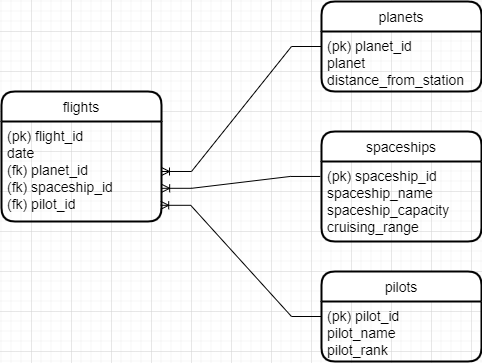
The draw.io diagram task1-uakhitov.png in Kolesa-Education/kolesa-upgrade-homework-4, before a commit. Source tidied: cells renumbered, new cells last; positions are measured from the earlier drawing's top-left corner, leaving out a move shared by most shapes. Source of this version:
```xml
<mxGraphModel>
  <root>
    <mxCell id="0" />
    <mxCell id="1" parent="0" />
    <mxCell id="2" value="flights" style="swimlane;horizontal=1;startSize=30;rounded=1;fontSize=14;fontStyle=0;strokeWidth=2;shadow=0;dashed=0;align=center;" parent="1" vertex="1">
      <mxGeometry y="90" width="160" height="130" as="geometry" />
    </mxCell>
    <mxCell id="3" value="(pk) flight_id&#10;date&#10;(fk) planet_id&#10;(fk) spaceship_id&#10;(fk) pilot_id" style="align=left;strokeColor=none;fillColor=none;spacingLeft=4;fontSize=14;verticalAlign=top;" parent="2" vertex="1">
      <mxGeometry y="30" width="160" height="100" as="geometry" />
    </mxCell>
    <mxCell id="4" value="spaceships" style="swimlane;horizontal=1;startSize=30;rounded=1;fontSize=14;fontStyle=0;strokeWidth=2;shadow=0;dashed=0;align=center;" parent="1" vertex="1">
      <mxGeometry x="320" y="130" width="160" height="110" as="geometry" />
    </mxCell>
    <mxCell id="5" value="(pk) spaceship_id&#10;spaceship_name&#10;spaceship_capacity&#10;cruising_range" style="align=left;strokeColor=none;fillColor=none;spacingLeft=4;fontSize=14;verticalAlign=top;" parent="4" vertex="1">
      <mxGeometry y="30" width="160" height="80" as="geometry" />
    </mxCell>
    <mxCell id="6" value="pilots" style="swimlane;horizontal=1;startSize=30;rounded=1;fontSize=14;fontStyle=0;strokeWidth=2;shadow=0;dashed=0;align=center;" parent="1" vertex="1">
      <mxGeometry x="320" y="270" width="160" height="90" as="geometry" />
    </mxCell>
    <mxCell id="7" value="(pk) pilot_id&#10;pilot_name&#10;pilot_rank" style="align=left;strokeColor=none;fillColor=none;spacingLeft=4;fontSize=14;verticalAlign=top;" parent="6" vertex="1">
      <mxGeometry y="30" width="160" height="60" as="geometry" />
    </mxCell>
    <mxCell id="8" value="planets" style="swimlane;horizontal=1;startSize=30;rounded=1;fontSize=14;fontStyle=0;strokeWidth=2;shadow=0;dashed=0;align=center;" parent="1" vertex="1">
      <mxGeometry x="320" width="160" height="90" as="geometry" />
    </mxCell>
    <mxCell id="9" value="(pk) planet_id&#10;planet&#10;distance_from_station" style="align=left;strokeColor=none;fillColor=none;spacingLeft=4;fontSize=14;verticalAlign=top;" parent="8" vertex="1">
      <mxGeometry y="30" width="160" height="60" as="geometry" />
    </mxCell>
    <mxCell id="10" style="edgeStyle=entityRelationEdgeStyle;fontSize=12;html=1;endArrow=ERoneToMany;rounded=0;exitX=0;exitY=0.25;exitDx=0;exitDy=0;entryX=1;entryY=0.5;entryDx=0;entryDy=0;" parent="1" edge="1" source="9" target="3">
      <mxGeometry relative="1" as="geometry" />
    </mxCell>
    <mxCell id="11" style="edgeStyle=entityRelationEdgeStyle;fontSize=12;html=1;endArrow=ERoneToMany;rounded=0;exitX=-0.008;exitY=0.187;exitDx=0;exitDy=0;entryX=1.001;entryY=0.668;entryDx=0;entryDy=0;entryPerimeter=0;exitPerimeter=0;" parent="1" edge="1" source="5" target="3">
      <mxGeometry relative="1" as="geometry" />
    </mxCell>
    <mxCell id="12" style="edgeStyle=entityRelationEdgeStyle;fontSize=12;html=1;endArrow=ERoneToMany;rounded=0;exitX=0;exitY=0.25;exitDx=0;exitDy=0;entryX=0.995;entryY=0.838;entryDx=0;entryDy=0;entryPerimeter=0;" parent="1" edge="1" source="7" target="3">
      <mxGeometry relative="1" as="geometry" />
    </mxCell>
  </root>
</mxGraphModel>
```
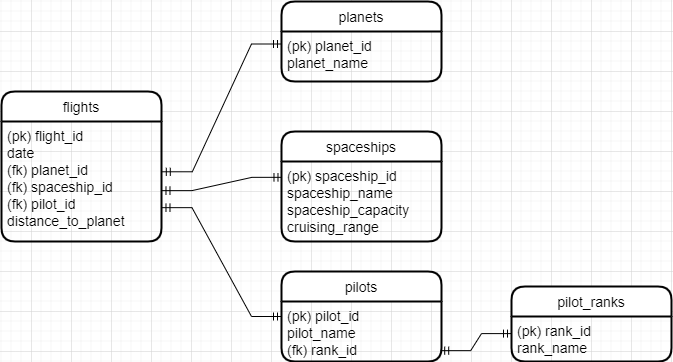
After the change.

Diff of the diagram source:
```diff
@@ -3,10 +3,10 @@
     <mxCell id="0" />
     <mxCell id="1" parent="0" />
     <mxCell id="2" value="flights" style="swimlane;horizontal=1;startSize=30;rounded=1;fontSize=14;fontStyle=0;strokeWidth=2;shadow=0;dashed=0;align=center;" parent="1" vertex="1">
-      <mxGeometry y="90" width="160" height="130" as="geometry" />
+      <mxGeometry x="40" y="90" width="160" height="150" as="geometry" />
     </mxCell>
-    <mxCell id="3" value="(pk) flight_id&#10;date&#10;(fk) planet_id&#10;(fk) spaceship_id&#10;(fk) pilot_id" style="align=left;strokeColor=none;fillColor=none;spacingLeft=4;fontSize=14;verticalAlign=top;" parent="2" vertex="1">
-      <mxGeometry y="30" width="160" height="100" as="geometry" />
+    <mxCell id="3" value="(pk) flight_id&#10;date&#10;(fk) planet_id&#10;(fk) spaceship_id&#10;(fk) pilot_id&#10;distance_to_planet" style="align=left;strokeColor=none;fillColor=none;spacingLeft=4;fontSize=14;verticalAlign=top;" parent="2" vertex="1">
+      <mxGeometry y="30" width="160" height="120" as="geometry" />
     </mxCell>
     <mxCell id="4" value="spaceships" style="swimlane;horizontal=1;startSize=30;rounded=1;fontSize=14;fontStyle=0;strokeWidth=2;shadow=0;dashed=0;align=center;" parent="1" vertex="1">
       <mxGeometry x="320" y="130" width="160" height="110" as="geometry" />
@@ -17,23 +17,32 @@
     <mxCell id="6" value="pilots" style="swimlane;horizontal=1;startSize=30;rounded=1;fontSize=14;fontStyle=0;strokeWidth=2;shadow=0;dashed=0;align=center;" parent="1" vertex="1">
       <mxGeometry x="320" y="270" width="160" height="90" as="geometry" />
     </mxCell>
-    <mxCell id="7" value="(pk) pilot_id&#10;pilot_name&#10;pilot_rank" style="align=left;strokeColor=none;fillColor=none;spacingLeft=4;fontSize=14;verticalAlign=top;" parent="6" vertex="1">
+    <mxCell id="7" value="(pk) pilot_id&#10;pilot_name&#10;(fk) rank_id" style="align=left;strokeColor=none;fillColor=none;spacingLeft=4;fontSize=14;verticalAlign=top;" parent="6" vertex="1">
       <mxGeometry y="30" width="160" height="60" as="geometry" />
     </mxCell>
     <mxCell id="8" value="planets" style="swimlane;horizontal=1;startSize=30;rounded=1;fontSize=14;fontStyle=0;strokeWidth=2;shadow=0;dashed=0;align=center;" parent="1" vertex="1">
-      <mxGeometry x="320" width="160" height="90" as="geometry" />
+      <mxGeometry x="320" width="160" height="80" as="geometry" />
     </mxCell>
-    <mxCell id="9" value="(pk) planet_id&#10;planet&#10;distance_from_station" style="align=left;strokeColor=none;fillColor=none;spacingLeft=4;fontSize=14;verticalAlign=top;" parent="8" vertex="1">
-      <mxGeometry y="30" width="160" height="60" as="geometry" />
+    <mxCell id="9" value="(pk) planet_id&#10;planet_name" style="align=left;strokeColor=none;fillColor=none;spacingLeft=4;fontSize=14;verticalAlign=top;" parent="8" vertex="1">
+      <mxGeometry y="30" width="160" height="50" as="geometry" />
     </mxCell>
-    <mxCell id="10" style="edgeStyle=entityRelationEdgeStyle;fontSize=12;html=1;endArrow=ERoneToMany;rounded=0;exitX=0;exitY=0.25;exitDx=0;exitDy=0;entryX=1;entryY=0.5;entryDx=0;entryDy=0;" parent="1" edge="1" source="9" target="3">
-      <mxGeometry relative="1" as="geometry" />
-    </mxCell>
-    <mxCell id="11" style="edgeStyle=entityRelationEdgeStyle;fontSize=12;html=1;endArrow=ERoneToMany;rounded=0;exitX=-0.008;exitY=0.187;exitDx=0;exitDy=0;entryX=1.001;entryY=0.668;entryDx=0;entryDy=0;entryPerimeter=0;exitPerimeter=0;" parent="1" edge="1" source="5" target="3">
-      <mxGeometry relative="1" as="geometry" />
-    </mxCell>
-    <mxCell id="12" style="edgeStyle=entityRelationEdgeStyle;fontSize=12;html=1;endArrow=ERoneToMany;rounded=0;exitX=0;exitY=0.25;exitDx=0;exitDy=0;entryX=0.995;entryY=0.838;entryDx=0;entryDy=0;entryPerimeter=0;" parent="1" edge="1" source="7" target="3">
-      <mxGeometry relative="1" as="geometry" />
-    </mxCell>
+    <mxCell id="13" value="pilot_ranks" style="swimlane;horizontal=1;startSize=30;rounded=1;fontSize=14;fontStyle=0;strokeWidth=2;shadow=0;dashed=0;align=center;" parent="1" vertex="1">
+      <mxGeometry x="550" y="285" width="160" height="75" as="geometry" />
+    </mxCell>
+    <mxCell id="14" value="(pk) rank_id&#10;rank_name" style="align=left;strokeColor=none;fillColor=none;spacingLeft=4;fontSize=14;verticalAlign=top;" parent="13" vertex="1">
+      <mxGeometry y="30" width="160" height="45" as="geometry" />
+    </mxCell>
+    <mxCell id="15" style="edgeStyle=entityRelationEdgeStyle;fontSize=12;html=1;endArrow=ERmandOne;startArrow=ERmandOne;rounded=0;exitX=0.995;exitY=0.819;exitDx=0;exitDy=0;entryX=0;entryY=0.38;entryDx=0;entryDy=0;entryPerimeter=0;exitPerimeter=0;" parent="1" edge="1" source="7" target="14">
+      <mxGeometry relative="1" as="geometry" />
+    </mxCell>
+    <mxCell id="16" style="edgeStyle=entityRelationEdgeStyle;fontSize=12;html=1;endArrow=ERmandOne;startArrow=ERmandOne;rounded=0;exitX=1.003;exitY=0.718;exitDx=0;exitDy=0;entryX=0;entryY=0.25;entryDx=0;entryDy=0;exitPerimeter=0;" parent="1" edge="1" source="3" target="7">
+      <mxGeometry relative="1" as="geometry" />
+    </mxCell>
+    <mxCell id="17" style="edgeStyle=entityRelationEdgeStyle;fontSize=12;html=1;endArrow=ERmandOne;startArrow=ERmandOne;rounded=0;entryX=0.003;entryY=0.198;entryDx=0;entryDy=0;entryPerimeter=0;exitX=1.003;exitY=0.576;exitDx=0;exitDy=0;exitPerimeter=0;" parent="1" edge="1" source="3" target="5">
+      <mxGeometry relative="1" as="geometry" />
+    </mxCell>
+    <mxCell id="18" style="edgeStyle=entityRelationEdgeStyle;fontSize=12;html=1;endArrow=ERmandOne;startArrow=ERmandOne;rounded=0;entryX=0;entryY=0.25;entryDx=0;entryDy=0;exitX=1.005;exitY=0.419;exitDx=0;exitDy=0;exitPerimeter=0;" parent="1" edge="1" source="3" target="9">
+      <mxGeometry relative="1" as="geometry" />
+    </mxCell>
   </root>
 </mxGraphModel>
```
